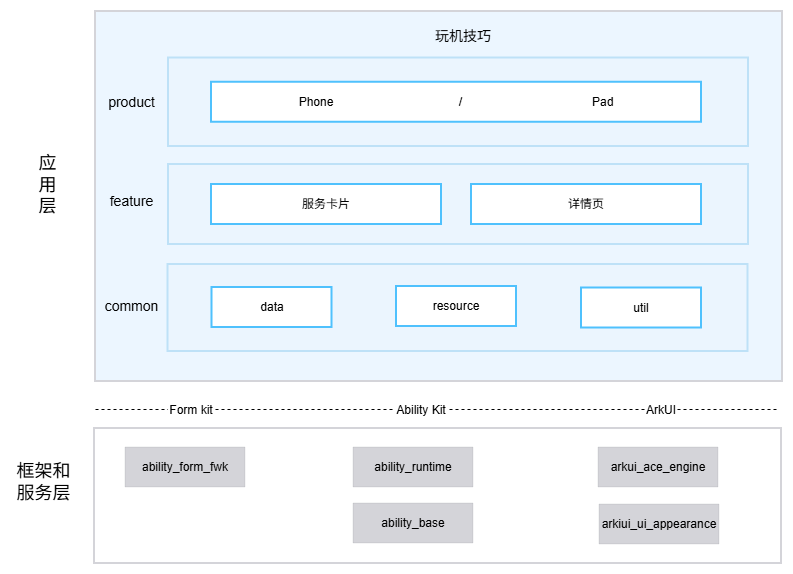
This is docs/figures/tips_architecture.png from openharmony/applications_tips, a draw.io export, as it was before one commit. Source tidied: cells renumbered, new cells last; positions are measured from the earlier drawing's top-left corner, leaving out a move shared by most shapes.
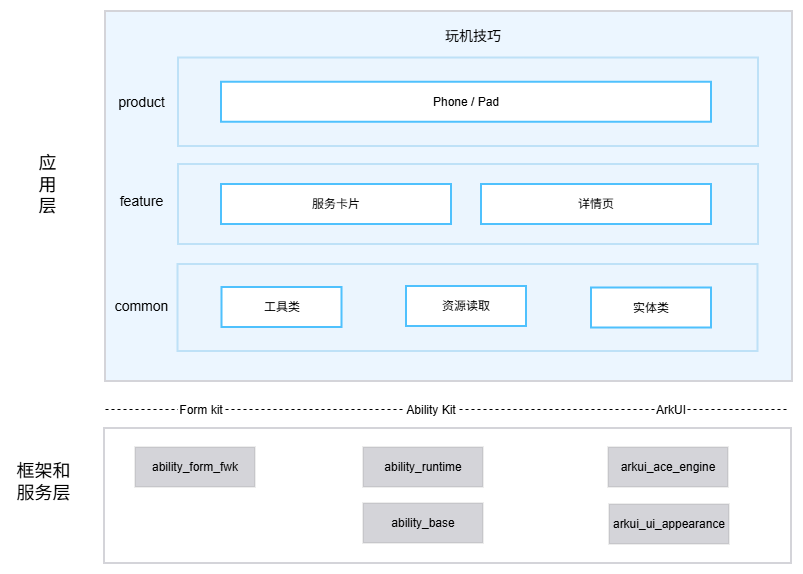
After the commit.

Commit message:
修改README、架构图

Change to the diagram source:
```diff
@@ -24,10 +24,10 @@
       <mxGeometry x="588" y="436" width="120" height="40" as="geometry" />
     </mxCell>
     <mxCell id="9" value="应用层" style="text;html=1;whiteSpace=wrap;strokeColor=none;fillColor=none;align=center;verticalAlign=middle;rounded=0;labelWidth=1;fontSize=18;" parent="1" vertex="1">
-      <mxGeometry x="7" y="159" width="60" height="30" as="geometry" />
+      <mxGeometry x="-3" y="159" width="60" height="30" as="geometry" />
     </mxCell>
     <mxCell id="10" value="框架和服务层" style="text;html=1;whiteSpace=wrap;strokeColor=none;fillColor=none;align=center;verticalAlign=middle;rounded=0;fontSize=18;" parent="1" vertex="1">
-      <mxGeometry y="456" width="67" height="30" as="geometry" />
+      <mxGeometry x="-10" y="456" width="67" height="30" as="geometry" />
     </mxCell>
     <mxCell id="11" value="&lt;font style=&quot;font-size: 14px;&quot;&gt;product&lt;/font&gt;" style="text;html=1;whiteSpace=wrap;strokeColor=none;fillColor=none;align=center;verticalAlign=middle;rounded=0;rotation=0;direction=east;textDirection=rtl;" parent="1" vertex="1">
       <mxGeometry x="111" y="48.8" width="21" height="84" as="geometry" />
@@ -35,7 +35,7 @@
     <mxCell id="12" style="rounded=0;whiteSpace=wrap;html=1;fillColor=#EBF5FE;strokeColor=light-dark(#BEE1F7,#5C79A3);strokeWidth=2;" parent="1" vertex="1">
       <mxGeometry x="158" y="46.5" width="580" height="88.5" as="geometry" />
     </mxCell>
-    <mxCell id="13" value="Phone&lt;span style=&quot;white-space: pre;&quot;&gt;&#9;&lt;/span&gt;&lt;span style=&quot;white-space: pre;&quot;&gt;&#9;&lt;/span&gt;&lt;span style=&quot;white-space: pre;&quot;&gt;&#9;&lt;/span&gt;&lt;span style=&quot;white-space: pre;&quot;&gt;&#9;&lt;span style=&quot;white-space: pre;&quot;&gt;&#9;&lt;/span&gt;&lt;/span&gt;/&lt;span style=&quot;white-space: pre;&quot;&gt;&#9;&lt;span style=&quot;white-space: pre;&quot;&gt;&#9;&lt;span style=&quot;white-space: pre;&quot;&gt;&#9;&lt;span style=&quot;white-space: pre;&quot;&gt;&#9;&lt;span style=&quot;white-space: pre;&quot;&gt;&#9;&lt;/span&gt;&lt;/span&gt;&lt;/span&gt;&lt;/span&gt;&lt;/span&gt;Pad" style="rounded=0;whiteSpace=wrap;html=1;strokeColor=#4FC1FD;strokeWidth=2;" parent="1" vertex="1">
+    <mxCell id="13" value="Phone / Pad" style="rounded=0;whiteSpace=wrap;html=1;strokeColor=#4FC1FD;strokeWidth=2;" parent="1" vertex="1">
       <mxGeometry x="201" y="70.8" width="490" height="40" as="geometry" />
     </mxCell>
     <mxCell id="14" value="&lt;span style=&quot;font-size: 14px;&quot;&gt;feature&lt;/span&gt;" style="text;html=1;whiteSpace=wrap;strokeColor=none;fillColor=none;align=center;verticalAlign=middle;rounded=0;rotation=0;direction=east;textDirection=rtl;" parent="1" vertex="1">
@@ -56,10 +56,10 @@
     <mxCell id="19" style="rounded=0;whiteSpace=wrap;html=1;fillColor=#EBF5FE;strokeColor=#BEE1F7;strokeWidth=2;" parent="1" vertex="1">
       <mxGeometry x="157.5" y="253" width="580" height="87" as="geometry" />
     </mxCell>
-    <mxCell id="20" value="data" style="rounded=0;whiteSpace=wrap;html=1;strokeColor=#4FC1FD;strokeWidth=2;" parent="1" vertex="1">
+    <mxCell id="20" value="工具类" style="rounded=0;whiteSpace=wrap;html=1;strokeColor=#4FC1FD;strokeWidth=2;" parent="1" vertex="1">
       <mxGeometry x="201.5" y="276" width="120" height="40" as="geometry" />
     </mxCell>
-    <mxCell id="21" value="resource" style="rounded=0;whiteSpace=wrap;html=1;strokeColor=#4FC1FD;strokeWidth=2;" parent="1" vertex="1">
+    <mxCell id="21" value="资源读取" style="rounded=0;whiteSpace=wrap;html=1;strokeColor=#4FC1FD;strokeWidth=2;" parent="1" vertex="1">
       <mxGeometry x="386" y="275" width="120" height="40" as="geometry" />
     </mxCell>
     <mxCell id="22" style="endArrow=none;dashed=1;html=1;rounded=0;labelBackgroundColor=default;" parent="1" edge="1">
@@ -74,13 +74,13 @@
     <mxCell id="24" value="Form kit" style="text;html=1;whiteSpace=wrap;strokeColor=none;fillColor=none;align=center;verticalAlign=middle;rounded=0;labelBackgroundColor=default;labelBorderColor=#FFFFFF;" parent="1" vertex="1">
       <mxGeometry x="151" y="384" width="60" height="30" as="geometry" />
     </mxCell>
-    <mxCell id="25" value="util" style="rounded=0;whiteSpace=wrap;html=1;strokeColor=#4FC1FD;strokeWidth=2;" parent="1" vertex="1">
+    <mxCell id="25" value="实体类" style="rounded=0;whiteSpace=wrap;html=1;strokeColor=#4FC1FD;strokeWidth=2;" parent="1" vertex="1">
       <mxGeometry x="571" y="276.5" width="120" height="40" as="geometry" />
     </mxCell>
     <mxCell id="26" value="ArkUI" style="text;html=1;whiteSpace=wrap;strokeColor=none;fillColor=none;align=center;verticalAlign=middle;rounded=0;labelBackgroundColor=default;labelBorderColor=#FFFFFF;" parent="1" vertex="1">
       <mxGeometry x="621" y="384" width="60" height="30" as="geometry" />
     </mxCell>
-    <mxCell id="27" value="arkiui_ui_appearance" style="rounded=0;whiteSpace=wrap;html=1;fillColor=#D4D4D9;strokeColor=#36393d;strokeWidth=0;" parent="1" vertex="1">
+    <mxCell id="27" value="arkui_ui_appearance" style="rounded=0;whiteSpace=wrap;html=1;fillColor=#D4D4D9;strokeColor=#36393d;strokeWidth=0;" parent="1" vertex="1">
       <mxGeometry x="589" y="493" width="120" height="40" as="geometry" />
     </mxCell>
   </root>
```
